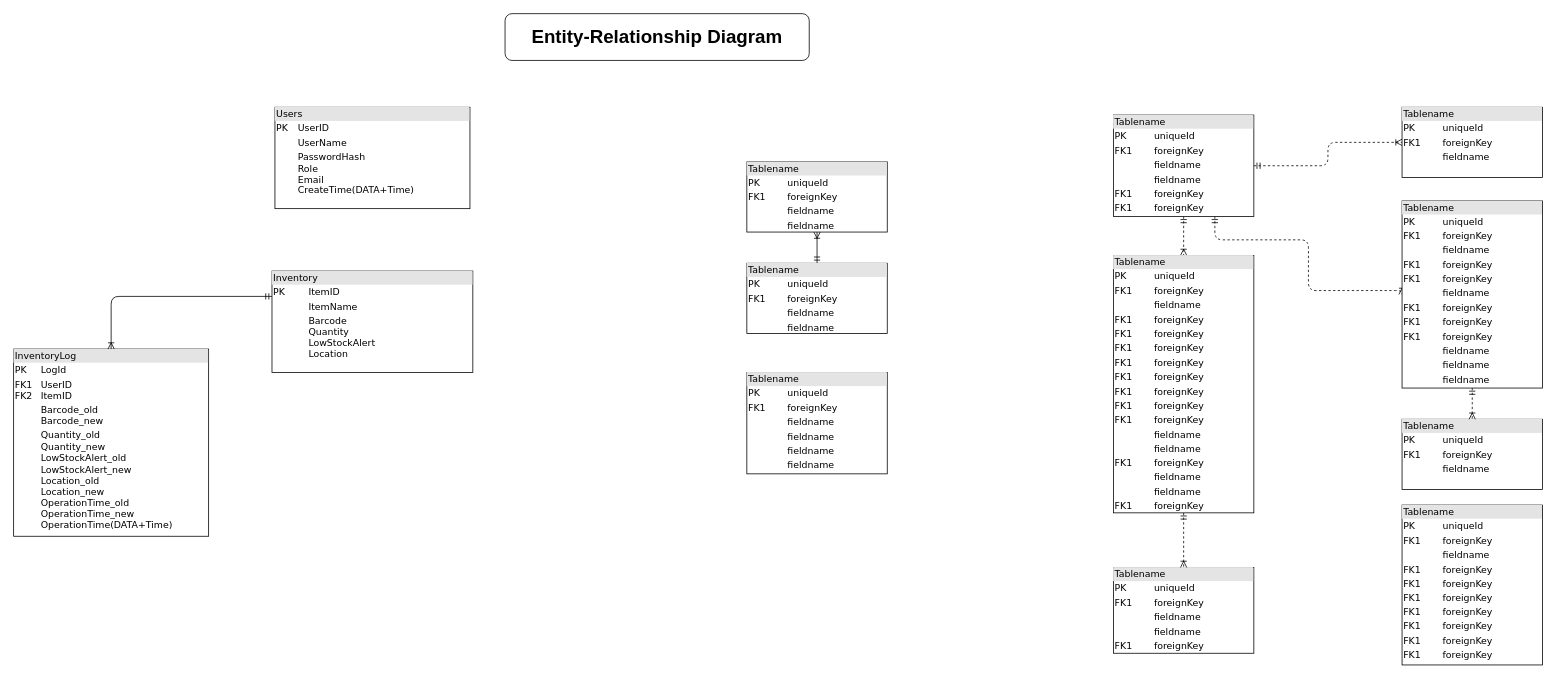
ObeeeWon/Diagrams keeps this draw.io diagram as NSCC/EDS_DB_Design.drawio. Above is the earlier version. Source tidied: cells renumbered, new cells numbered last; positions are measured from the earlier drawing's top-left corner, leaving out a move shared by most shapes. Both pictures are drawn from the tidied source at 78%, with x=0, y=0 at pixel (13, 13).
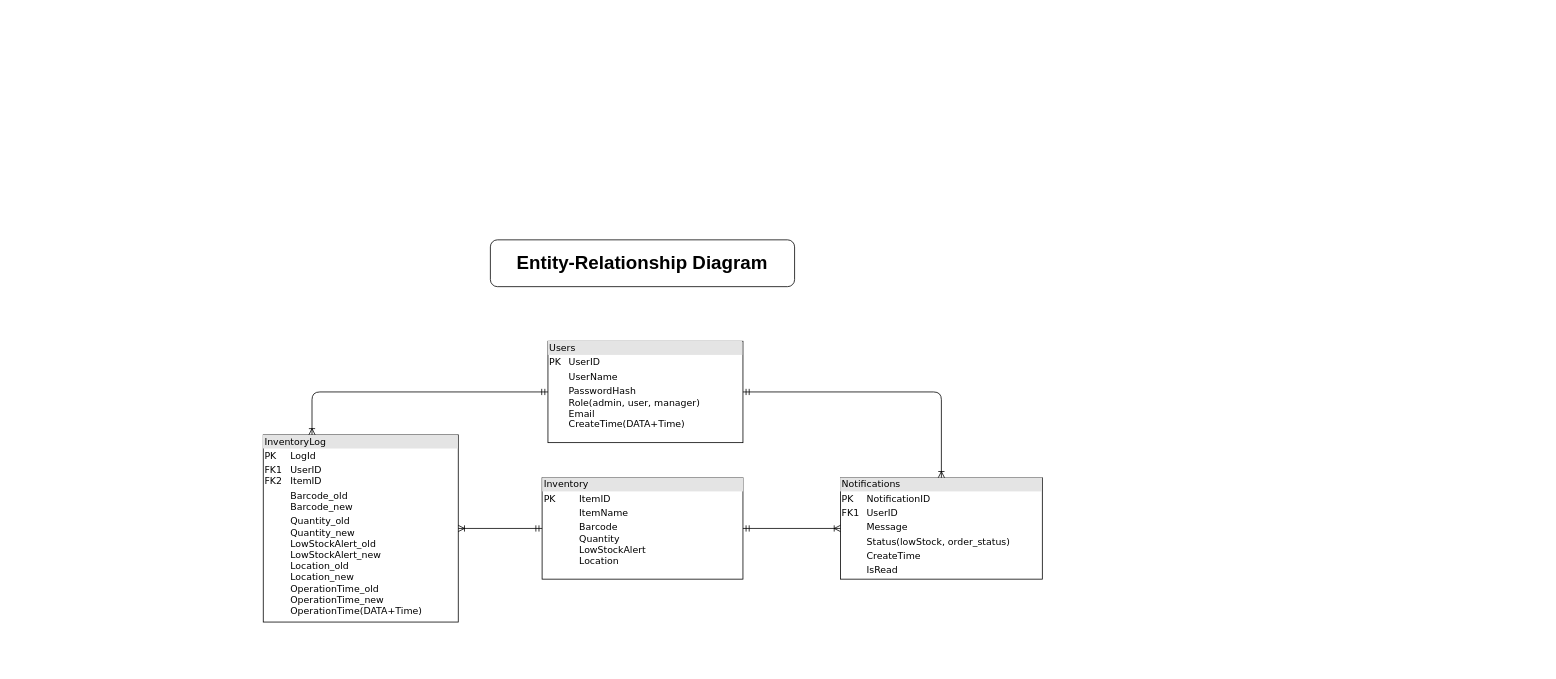
The same diagram, later.

The edit, as a diff of the source:
```diff
@@
-    <mxCell id="2" value="&lt;div style=&quot;box-sizing: border-box; width: 100%; background: rgb(228, 228, 228); padding: 2px;&quot;&gt;Users&lt;/div&gt;&lt;table style=&quot;width:100%;font-size:1em;&quot; cellpadding=&quot;2&quot; cellspacing=&quot;0&quot;&gt;&lt;tbody&gt;&lt;tr&gt;&lt;td&gt;PK&lt;/td&gt;&lt;td&gt;UserID&lt;/td&gt;&lt;/tr&gt;&lt;tr&gt;&lt;td&gt;&lt;br&gt;&lt;/td&gt;&lt;td&gt;UserName&lt;/td&gt;&lt;/tr&gt;&lt;tr&gt;&lt;td&gt;&lt;/td&gt;&lt;td&gt;PasswordHash&lt;br&gt;Role&lt;br&gt;Email&lt;br&gt;CreateTime(DATA+Time)&lt;/td&gt;&lt;/tr&gt;&lt;/tbody&gt;&lt;/table&gt;" style="verticalAlign=top;align=left;overflow=fill;html=1;rounded=0;shadow=0;comic=0;labelBackgroundColor=none;strokeWidth=1;fontFamily=Verdana;fontSize=12;" parent="1" vertex="1">
-      <mxGeometry x="335" y="120" width="250" height="130" as="geometry" />
+    <mxCell id="2" value="&lt;div style=&quot;box-sizing: border-box; width: 100%; background: rgb(228, 228, 228); padding: 2px;&quot;&gt;Users&lt;/div&gt;&lt;table style=&quot;width:100%;font-size:1em;&quot; cellpadding=&quot;2&quot; cellspacing=&quot;0&quot;&gt;&lt;tbody&gt;&lt;tr&gt;&lt;td&gt;PK&lt;/td&gt;&lt;td&gt;UserID&lt;/td&gt;&lt;/tr&gt;&lt;tr&gt;&lt;td&gt;&lt;br&gt;&lt;/td&gt;&lt;td&gt;UserName&lt;/td&gt;&lt;/tr&gt;&lt;tr&gt;&lt;td&gt;&lt;/td&gt;&lt;td&gt;PasswordHash&lt;br&gt;Role(admin, user, manager)&lt;br&gt;Email&lt;br&gt;CreateTime(DATA+Time)&lt;/td&gt;&lt;/tr&gt;&lt;/tbody&gt;&lt;/table&gt;" style="verticalAlign=top;align=left;overflow=fill;html=1;rounded=0;shadow=0;comic=0;labelBackgroundColor=none;strokeWidth=1;fontFamily=Verdana;fontSize=12;" parent="1" vertex="1">
+      <mxGeometry x="685" y="420" width="250" height="130" as="geometry" />
     </mxCell>
-    <mxCell id="3" style="edgeStyle=orthogonalEdgeStyle;html=1;entryX=0.5;entryY=0;dashed=1;labelBackgroundColor=none;startArrow=ERmandOne;endArrow=ERoneToMany;fontFamily=Verdana;fontSize=12;align=left;" parent="1" edge="1" source="6" target="14">
-      <mxGeometry relative="1" as="geometry" />
-    </mxCell>
-    <mxCell id="4" style="edgeStyle=orthogonalEdgeStyle;html=1;dashed=1;labelBackgroundColor=none;startArrow=ERmandOne;endArrow=ERoneToMany;fontFamily=Verdana;fontSize=12;align=left;entryX=0;entryY=0.5;" parent="1" edge="1" source="6" target="17">
-      <mxGeometry relative="1" as="geometry">
-        <Array as="points">
-          <mxPoint x="1540" y="290" />
-          <mxPoint x="1660" y="290" />
-          <mxPoint x="1660" y="355" />
-        </Array>
-      </mxGeometry>
-    </mxCell>
-    <mxCell id="5" style="edgeStyle=orthogonalEdgeStyle;html=1;dashed=1;labelBackgroundColor=none;startArrow=ERmandOne;endArrow=ERoneToMany;fontFamily=Verdana;fontSize=12;align=left;" parent="1" edge="1" source="6" target="18">
-      <mxGeometry relative="1" as="geometry" />
-    </mxCell>
-    <mxCell id="6" value="&lt;div style=&quot;box-sizing: border-box ; width: 100% ; background: #e4e4e4 ; padding: 2px&quot;&gt;Tablename&lt;/div&gt;&lt;table style=&quot;width: 100% ; font-size: 1em&quot; cellpadding=&quot;2&quot; cellspacing=&quot;0&quot;&gt;&lt;tbody&gt;&lt;tr&gt;&lt;td&gt;PK&lt;/td&gt;&lt;td&gt;uniqueId&lt;/td&gt;&lt;/tr&gt;&lt;tr&gt;&lt;td&gt;FK1&lt;/td&gt;&lt;td&gt;foreignKey&lt;/td&gt;&lt;/tr&gt;&lt;tr&gt;&lt;td&gt;&lt;/td&gt;&lt;td&gt;fieldname&lt;/td&gt;&lt;/tr&gt;&lt;tr&gt;&lt;td&gt;&lt;br&gt;&lt;/td&gt;&lt;td&gt;fieldname&lt;br&gt;&lt;/td&gt;&lt;/tr&gt;&lt;tr&gt;&lt;td&gt;FK1&lt;br&gt;&lt;/td&gt;&lt;td&gt;foreignKey&lt;br&gt;&lt;/td&gt;&lt;/tr&gt;&lt;tr&gt;&lt;td&gt;FK1&lt;br&gt;&lt;/td&gt;&lt;td&gt;foreignKey&lt;br&gt;&lt;/td&gt;&lt;/tr&gt;&lt;/tbody&gt;&lt;/table&gt;" style="verticalAlign=top;align=left;overflow=fill;html=1;rounded=0;shadow=0;comic=0;labelBackgroundColor=none;strokeWidth=1;fontFamily=Verdana;fontSize=12;" parent="1" vertex="1">
-      <mxGeometry x="1410" y="130" width="180" height="130" as="geometry" />
-    </mxCell>
-    <mxCell id="7" style="edgeStyle=orthogonalEdgeStyle;html=1;labelBackgroundColor=none;startArrow=ERmandOne;endArrow=ERoneToMany;fontFamily=Verdana;fontSize=12;align=left;" parent="1" edge="1" source="8" target="9">
-      <mxGeometry relative="1" as="geometry" />
-    </mxCell>
-    <mxCell id="8" value="&lt;div style=&quot;box-sizing: border-box ; width: 100% ; background: #e4e4e4 ; padding: 2px&quot;&gt;Tablename&lt;/div&gt;&lt;table style=&quot;width: 100% ; font-size: 1em&quot; cellpadding=&quot;2&quot; cellspacing=&quot;0&quot;&gt;&lt;tbody&gt;&lt;tr&gt;&lt;td&gt;PK&lt;/td&gt;&lt;td&gt;uniqueId&lt;/td&gt;&lt;/tr&gt;&lt;tr&gt;&lt;td&gt;FK1&lt;/td&gt;&lt;td&gt;foreignKey&lt;/td&gt;&lt;/tr&gt;&lt;tr&gt;&lt;td&gt;&lt;/td&gt;&lt;td&gt;fieldname&lt;/td&gt;&lt;/tr&gt;&lt;tr&gt;&lt;td&gt;&lt;br&gt;&lt;/td&gt;&lt;td&gt;fieldname&lt;br&gt;&lt;/td&gt;&lt;/tr&gt;&lt;/tbody&gt;&lt;/table&gt;" style="verticalAlign=top;align=left;overflow=fill;html=1;rounded=0;shadow=0;comic=0;labelBackgroundColor=none;strokeWidth=1;fontFamily=Verdana;fontSize=12;" parent="1" vertex="1">
-      <mxGeometry x="940" y="320" width="180" height="90" as="geometry" />
-    </mxCell>
-    <mxCell id="9" value="&lt;div style=&quot;box-sizing: border-box ; width: 100% ; background: #e4e4e4 ; padding: 2px&quot;&gt;Tablename&lt;/div&gt;&lt;table style=&quot;width: 100% ; font-size: 1em&quot; cellpadding=&quot;2&quot; cellspacing=&quot;0&quot;&gt;&lt;tbody&gt;&lt;tr&gt;&lt;td&gt;PK&lt;/td&gt;&lt;td&gt;uniqueId&lt;/td&gt;&lt;/tr&gt;&lt;tr&gt;&lt;td&gt;FK1&lt;/td&gt;&lt;td&gt;foreignKey&lt;/td&gt;&lt;/tr&gt;&lt;tr&gt;&lt;td&gt;&lt;/td&gt;&lt;td&gt;fieldname&lt;/td&gt;&lt;/tr&gt;&lt;tr&gt;&lt;td&gt;&lt;br&gt;&lt;/td&gt;&lt;td&gt;fieldname&lt;br&gt;&lt;/td&gt;&lt;/tr&gt;&lt;/tbody&gt;&lt;/table&gt;" style="verticalAlign=top;align=left;overflow=fill;html=1;rounded=0;shadow=0;comic=0;labelBackgroundColor=none;strokeWidth=1;fontFamily=Verdana;fontSize=12;" parent="1" vertex="1">
-      <mxGeometry x="940" y="190" width="180" height="90" as="geometry" />
-    </mxCell>
     <mxCell id="10" value="&lt;div style=&quot;box-sizing: border-box; width: 100%; background: rgb(228, 228, 228); padding: 2px;&quot;&gt;Inventory&lt;/div&gt;&lt;table style=&quot;width:100%;font-size:1em;&quot; cellpadding=&quot;2&quot; cellspacing=&quot;0&quot;&gt;&lt;tbody&gt;&lt;tr&gt;&lt;td&gt;PK&lt;/td&gt;&lt;td&gt;ItemID&lt;/td&gt;&lt;/tr&gt;&lt;tr&gt;&lt;td&gt;&lt;br&gt;&lt;/td&gt;&lt;td&gt;ItemName&lt;/td&gt;&lt;/tr&gt;&lt;tr&gt;&lt;td&gt;&lt;/td&gt;&lt;td&gt;Barcode&lt;br&gt;Quantity&lt;br&gt;LowStockAlert&lt;br&gt;Location&lt;br&gt;&lt;br&gt;&lt;/td&gt;&lt;/tr&gt;&lt;/tbody&gt;&lt;/table&gt;" style="verticalAlign=top;align=left;overflow=fill;html=1;rounded=0;shadow=0;comic=0;labelBackgroundColor=none;strokeWidth=1;fontFamily=Verdana;fontSize=12;" parent="1" vertex="1">
-      <mxGeometry x="331.2" y="330" width="257.5" height="130" as="geometry" />
+      <mxGeometry x="677.5" y="595" width="257.5" height="130" as="geometry" />
     </mxCell>
-    <mxCell id="11" value="&lt;div style=&quot;box-sizing: border-box ; width: 100% ; background: #e4e4e4 ; padding: 2px&quot;&gt;Tablename&lt;/div&gt;&lt;table style=&quot;width: 100% ; font-size: 1em&quot; cellpadding=&quot;2&quot; cellspacing=&quot;0&quot;&gt;&lt;tbody&gt;&lt;tr&gt;&lt;td&gt;PK&lt;/td&gt;&lt;td&gt;uniqueId&lt;/td&gt;&lt;/tr&gt;&lt;tr&gt;&lt;td&gt;FK1&lt;/td&gt;&lt;td&gt;foreignKey&lt;/td&gt;&lt;/tr&gt;&lt;tr&gt;&lt;td&gt;&lt;/td&gt;&lt;td&gt;fieldname&lt;/td&gt;&lt;/tr&gt;&lt;tr&gt;&lt;td&gt;FK1&lt;br&gt;&lt;/td&gt;&lt;td&gt;foreignKey&lt;br&gt;&lt;/td&gt;&lt;/tr&gt;&lt;tr&gt;&lt;td&gt;FK1&lt;br&gt;&lt;/td&gt;&lt;td&gt;foreignKey&lt;br&gt;&lt;/td&gt;&lt;/tr&gt;&lt;tr&gt;&lt;td&gt;FK1&lt;br&gt;&lt;/td&gt;&lt;td&gt;foreignKey&lt;br&gt;&lt;/td&gt;&lt;/tr&gt;&lt;tr&gt;&lt;td&gt;FK1&lt;br&gt;&lt;/td&gt;&lt;td&gt;foreignKey&lt;br&gt;&lt;/td&gt;&lt;/tr&gt;&lt;tr&gt;&lt;td&gt;FK1&lt;br&gt;&lt;/td&gt;&lt;td&gt;foreignKey&lt;br&gt;&lt;/td&gt;&lt;/tr&gt;&lt;tr&gt;&lt;td&gt;FK1&lt;br&gt;&lt;/td&gt;&lt;td&gt;foreignKey&lt;br&gt;&lt;/td&gt;&lt;/tr&gt;&lt;tr&gt;&lt;td&gt;FK1&lt;br&gt;&lt;/td&gt;&lt;td&gt;foreignKey&lt;br&gt;&lt;/td&gt;&lt;/tr&gt;&lt;/tbody&gt;&lt;/table&gt;" style="verticalAlign=top;align=left;overflow=fill;html=1;rounded=0;shadow=0;comic=0;labelBackgroundColor=none;strokeWidth=1;fontFamily=Verdana;fontSize=12;" parent="1" vertex="1">
-      <mxGeometry x="1780" y="630" width="180" height="205" as="geometry" />
-    </mxCell>
-    <mxCell id="12" value="&lt;div style=&quot;box-sizing: border-box ; width: 100% ; background: #e4e4e4 ; padding: 2px&quot;&gt;Tablename&lt;/div&gt;&lt;table style=&quot;width: 100% ; font-size: 1em&quot; cellpadding=&quot;2&quot; cellspacing=&quot;0&quot;&gt;&lt;tbody&gt;&lt;tr&gt;&lt;td&gt;PK&lt;/td&gt;&lt;td&gt;uniqueId&lt;/td&gt;&lt;/tr&gt;&lt;tr&gt;&lt;td&gt;FK1&lt;/td&gt;&lt;td&gt;foreignKey&lt;/td&gt;&lt;/tr&gt;&lt;tr&gt;&lt;td&gt;&lt;/td&gt;&lt;td&gt;fieldname&lt;/td&gt;&lt;/tr&gt;&lt;tr&gt;&lt;td&gt;&lt;br&gt;&lt;/td&gt;&lt;td&gt;fieldname&lt;br&gt;&lt;/td&gt;&lt;/tr&gt;&lt;tr&gt;&lt;td&gt;FK1&lt;br&gt;&lt;/td&gt;&lt;td&gt;foreignKey&lt;br&gt;&lt;/td&gt;&lt;/tr&gt;&lt;/tbody&gt;&lt;/table&gt;" style="verticalAlign=top;align=left;overflow=fill;html=1;rounded=0;shadow=0;comic=0;labelBackgroundColor=none;strokeWidth=1;fontFamily=Verdana;fontSize=12;" parent="1" vertex="1">
-      <mxGeometry x="1410" y="710" width="180" height="110" as="geometry" />
-    </mxCell>
-    <mxCell id="13" style="edgeStyle=orthogonalEdgeStyle;html=1;entryX=0.5;entryY=0;labelBackgroundColor=none;startArrow=ERmandOne;endArrow=ERoneToMany;fontFamily=Verdana;fontSize=12;align=left;dashed=1;" parent="1" edge="1" source="14" target="12">
-      <mxGeometry relative="1" as="geometry" />
-    </mxCell>
-    <mxCell id="14" value="&lt;div style=&quot;box-sizing: border-box ; width: 100% ; background: #e4e4e4 ; padding: 2px&quot;&gt;Tablename&lt;/div&gt;&lt;table style=&quot;width: 100% ; font-size: 1em&quot; cellpadding=&quot;2&quot; cellspacing=&quot;0&quot;&gt;&lt;tbody&gt;&lt;tr&gt;&lt;td&gt;PK&lt;/td&gt;&lt;td&gt;uniqueId&lt;/td&gt;&lt;/tr&gt;&lt;tr&gt;&lt;td&gt;FK1&lt;/td&gt;&lt;td&gt;foreignKey&lt;/td&gt;&lt;/tr&gt;&lt;tr&gt;&lt;td&gt;&lt;/td&gt;&lt;td&gt;fieldname&lt;/td&gt;&lt;/tr&gt;&lt;tr&gt;&lt;td&gt;FK1&lt;br&gt;&lt;/td&gt;&lt;td&gt;foreignKey&lt;br&gt;&lt;/td&gt;&lt;/tr&gt;&lt;tr&gt;&lt;td&gt;FK1&lt;br&gt;&lt;/td&gt;&lt;td&gt;foreignKey&lt;br&gt;&lt;/td&gt;&lt;/tr&gt;&lt;tr&gt;&lt;td&gt;FK1&lt;br&gt;&lt;/td&gt;&lt;td&gt;foreignKey&lt;br&gt;&lt;/td&gt;&lt;/tr&gt;&lt;tr&gt;&lt;td&gt;FK1&lt;br&gt;&lt;/td&gt;&lt;td&gt;foreignKey&lt;br&gt;&lt;/td&gt;&lt;/tr&gt;&lt;tr&gt;&lt;td&gt;FK1&lt;br&gt;&lt;/td&gt;&lt;td&gt;foreignKey&lt;br&gt;&lt;/td&gt;&lt;/tr&gt;&lt;tr&gt;&lt;td&gt;FK1&lt;br&gt;&lt;/td&gt;&lt;td&gt;foreignKey&lt;br&gt;&lt;/td&gt;&lt;/tr&gt;&lt;tr&gt;&lt;td&gt;FK1&lt;br&gt;&lt;/td&gt;&lt;td&gt;foreignKey&lt;br&gt;&lt;/td&gt;&lt;/tr&gt;&lt;tr&gt;&lt;td&gt;FK1&lt;br&gt;&lt;/td&gt;&lt;td&gt;foreignKey&lt;br&gt;&lt;/td&gt;&lt;/tr&gt;&lt;tr&gt;&lt;td&gt;&lt;br&gt;&lt;/td&gt;&lt;td&gt;fieldname&lt;br&gt;&lt;/td&gt;&lt;/tr&gt;&lt;tr&gt;&lt;td&gt;&lt;br&gt;&lt;/td&gt;&lt;td&gt;fieldname&lt;br&gt;&lt;/td&gt;&lt;/tr&gt;&lt;tr&gt;&lt;td&gt;FK1&lt;br&gt;&lt;/td&gt;&lt;td&gt;foreignKey&lt;br&gt;&lt;/td&gt;&lt;/tr&gt;&lt;tr&gt;&lt;td&gt;&lt;br&gt;&lt;/td&gt;&lt;td&gt;fieldname&lt;br&gt;&lt;/td&gt;&lt;/tr&gt;&lt;tr&gt;&lt;td&gt;&lt;br&gt;&lt;/td&gt;&lt;td&gt;fieldname&lt;br&gt;&lt;/td&gt;&lt;/tr&gt;&lt;tr&gt;&lt;td&gt;FK1&lt;br&gt;&lt;/td&gt;&lt;td&gt;foreignKey&lt;br&gt;&lt;/td&gt;&lt;/tr&gt;&lt;/tbody&gt;&lt;/table&gt;" style="verticalAlign=top;align=left;overflow=fill;html=1;rounded=0;shadow=0;comic=0;labelBackgroundColor=none;strokeWidth=1;fontFamily=Verdana;fontSize=12;" parent="1" vertex="1">
-      <mxGeometry x="1410" y="310" width="180" height="330" as="geometry" />
-    </mxCell>
-    <mxCell id="15" value="&lt;div style=&quot;box-sizing:border-box;width:100%;background:#e4e4e4;padding:2px;&quot;&gt;Tablename&lt;/div&gt;&lt;table style=&quot;width:100%;font-size:1em;&quot; cellpadding=&quot;2&quot; cellspacing=&quot;0&quot;&gt;&lt;tr&gt;&lt;td&gt;PK&lt;/td&gt;&lt;td&gt;uniqueId&lt;/td&gt;&lt;/tr&gt;&lt;tr&gt;&lt;td&gt;FK1&lt;/td&gt;&lt;td&gt;foreignKey&lt;/td&gt;&lt;/tr&gt;&lt;tr&gt;&lt;td&gt;&lt;/td&gt;&lt;td&gt;fieldname&lt;/td&gt;&lt;/tr&gt;&lt;/table&gt;" style="verticalAlign=top;align=left;overflow=fill;html=1;rounded=0;shadow=0;comic=0;labelBackgroundColor=none;strokeWidth=1;fontFamily=Verdana;fontSize=12;" parent="1" vertex="1">
-      <mxGeometry x="1780" y="520" width="180" height="90" as="geometry" />
-    </mxCell>
-    <mxCell id="16" style="edgeStyle=orthogonalEdgeStyle;html=1;entryX=0.5;entryY=0;dashed=1;labelBackgroundColor=none;startArrow=ERmandOne;endArrow=ERoneToMany;fontFamily=Verdana;fontSize=12;align=left;" parent="1" edge="1" source="17" target="15">
-      <mxGeometry relative="1" as="geometry" />
-    </mxCell>
-    <mxCell id="17" value="&lt;div style=&quot;box-sizing: border-box ; width: 100% ; background: #e4e4e4 ; padding: 2px&quot;&gt;Tablename&lt;/div&gt;&lt;table style=&quot;width: 100% ; font-size: 1em&quot; cellpadding=&quot;2&quot; cellspacing=&quot;0&quot;&gt;&lt;tbody&gt;&lt;tr&gt;&lt;td&gt;PK&lt;/td&gt;&lt;td&gt;uniqueId&lt;/td&gt;&lt;/tr&gt;&lt;tr&gt;&lt;td&gt;FK1&lt;/td&gt;&lt;td&gt;foreignKey&lt;/td&gt;&lt;/tr&gt;&lt;tr&gt;&lt;td&gt;&lt;/td&gt;&lt;td&gt;fieldname&lt;/td&gt;&lt;/tr&gt;&lt;tr&gt;&lt;td&gt;FK1&lt;br&gt;&lt;/td&gt;&lt;td&gt;foreignKey&lt;br&gt;&lt;/td&gt;&lt;/tr&gt;&lt;tr&gt;&lt;td&gt;FK1&lt;br&gt;&lt;/td&gt;&lt;td&gt;foreignKey&lt;br&gt;&lt;/td&gt;&lt;/tr&gt;&lt;tr&gt;&lt;td&gt;&lt;br&gt;&lt;/td&gt;&lt;td&gt;fieldname&lt;br&gt;&lt;/td&gt;&lt;/tr&gt;&lt;tr&gt;&lt;td&gt;FK1&lt;br&gt;&lt;/td&gt;&lt;td&gt;foreignKey&lt;br&gt;&lt;/td&gt;&lt;/tr&gt;&lt;tr&gt;&lt;td&gt;FK1&lt;br&gt;&lt;/td&gt;&lt;td&gt;foreignKey&lt;br&gt;&lt;/td&gt;&lt;/tr&gt;&lt;tr&gt;&lt;td&gt;FK1&lt;br&gt;&lt;/td&gt;&lt;td&gt;foreignKey&lt;br&gt;&lt;/td&gt;&lt;/tr&gt;&lt;tr&gt;&lt;td&gt;&lt;br&gt;&lt;/td&gt;&lt;td&gt;fieldname&lt;br&gt;&lt;/td&gt;&lt;/tr&gt;&lt;tr&gt;&lt;td&gt;&lt;br&gt;&lt;/td&gt;&lt;td&gt;fieldname&lt;br&gt;&lt;/td&gt;&lt;/tr&gt;&lt;tr&gt;&lt;td&gt;&lt;br&gt;&lt;/td&gt;&lt;td&gt;fieldname&lt;br&gt;&lt;/td&gt;&lt;/tr&gt;&lt;/tbody&gt;&lt;/table&gt;" style="verticalAlign=top;align=left;overflow=fill;html=1;rounded=0;shadow=0;comic=0;labelBackgroundColor=none;strokeWidth=1;fontFamily=Verdana;fontSize=12;" parent="1" vertex="1">
-      <mxGeometry x="1780" y="240" width="180" height="240" as="geometry" />
-    </mxCell>
-    <mxCell id="18" value="&lt;div style=&quot;box-sizing:border-box;width:100%;background:#e4e4e4;padding:2px;&quot;&gt;Tablename&lt;/div&gt;&lt;table style=&quot;width:100%;font-size:1em;&quot; cellpadding=&quot;2&quot; cellspacing=&quot;0&quot;&gt;&lt;tr&gt;&lt;td&gt;PK&lt;/td&gt;&lt;td&gt;uniqueId&lt;/td&gt;&lt;/tr&gt;&lt;tr&gt;&lt;td&gt;FK1&lt;/td&gt;&lt;td&gt;foreignKey&lt;/td&gt;&lt;/tr&gt;&lt;tr&gt;&lt;td&gt;&lt;/td&gt;&lt;td&gt;fieldname&lt;/td&gt;&lt;/tr&gt;&lt;/table&gt;" style="verticalAlign=top;align=left;overflow=fill;html=1;rounded=0;shadow=0;comic=0;labelBackgroundColor=none;strokeWidth=1;fontFamily=Verdana;fontSize=12;" parent="1" vertex="1">
-      <mxGeometry x="1780" y="120" width="180" height="90" as="geometry" />
-    </mxCell>
-    <mxCell id="19" value="&lt;div style=&quot;box-sizing: border-box ; width: 100% ; background: #e4e4e4 ; padding: 2px&quot;&gt;Tablename&lt;/div&gt;&lt;table style=&quot;width: 100% ; font-size: 1em&quot; cellpadding=&quot;2&quot; cellspacing=&quot;0&quot;&gt;&lt;tbody&gt;&lt;tr&gt;&lt;td&gt;PK&lt;/td&gt;&lt;td&gt;uniqueId&lt;/td&gt;&lt;/tr&gt;&lt;tr&gt;&lt;td&gt;FK1&lt;/td&gt;&lt;td&gt;foreignKey&lt;/td&gt;&lt;/tr&gt;&lt;tr&gt;&lt;td&gt;&lt;/td&gt;&lt;td&gt;fieldname&lt;/td&gt;&lt;/tr&gt;&lt;tr&gt;&lt;td&gt;&lt;br&gt;&lt;/td&gt;&lt;td&gt;fieldname&lt;br&gt;&lt;/td&gt;&lt;/tr&gt;&lt;tr&gt;&lt;td&gt;&lt;br&gt;&lt;/td&gt;&lt;td&gt;fieldname&lt;br&gt;&lt;/td&gt;&lt;/tr&gt;&lt;tr&gt;&lt;td&gt;&lt;br&gt;&lt;/td&gt;&lt;td&gt;fieldname&lt;br&gt;&lt;/td&gt;&lt;/tr&gt;&lt;/tbody&gt;&lt;/table&gt;" style="verticalAlign=top;align=left;overflow=fill;html=1;rounded=0;shadow=0;comic=0;labelBackgroundColor=none;strokeWidth=1;fontFamily=Verdana;fontSize=12;" parent="1" vertex="1">
-      <mxGeometry x="940" y="460" width="180" height="130" as="geometry" />
-    </mxCell>
     <mxCell id="20" value="&lt;font style=&quot;font-size: 24px;&quot;&gt;&lt;b&gt;Entity-Relationship Diagram&lt;/b&gt;&lt;/font&gt;" style="rounded=1;whiteSpace=wrap;html=1;" parent="1" vertex="1">
-      <mxGeometry x="630" width="390" height="60" as="geometry" />
+      <mxGeometry x="611.2" y="290" width="390" height="60" as="geometry" />
     </mxCell>
     <mxCell id="21" value="&lt;div style=&quot;box-sizing: border-box; width: 100%; background: rgb(228, 228, 228); padding: 2px;&quot;&gt;InventoryLog&lt;/div&gt;&lt;table style=&quot;width: 100% ; font-size: 1em&quot; cellpadding=&quot;2&quot; cellspacing=&quot;0&quot;&gt;&lt;tbody&gt;&lt;tr&gt;&lt;td&gt;PK&lt;/td&gt;&lt;td&gt;LogId&lt;/td&gt;&lt;/tr&gt;&lt;tr&gt;&lt;td&gt;FK1&lt;br&gt;FK2&lt;/td&gt;&lt;td&gt;UserID&lt;br&gt;ItemID&lt;br&gt;&lt;/td&gt;&lt;/tr&gt;&lt;tr&gt;&lt;td&gt;&lt;/td&gt;&lt;td&gt;Barcode_old&lt;br&gt;Barcode_new&lt;/td&gt;&lt;/tr&gt;&lt;tr&gt;&lt;td&gt;&lt;br&gt;&lt;/td&gt;&lt;td&gt;Quantity_old&lt;br&gt;Quantity_new&lt;br&gt;LowStockAlert_old&lt;br&gt;LowStockAlert_new&lt;br&gt;Location_old&lt;br&gt;Location_new&lt;br&gt;OperationTime_old&lt;br&gt;OperationTime_new&lt;br&gt;OperationTime(DATA+Time)&lt;/td&gt;&lt;/tr&gt;&lt;/tbody&gt;&lt;/table&gt;" style="verticalAlign=top;align=left;overflow=fill;html=1;rounded=0;shadow=0;comic=0;labelBackgroundColor=none;strokeWidth=1;fontFamily=Verdana;fontSize=12;" parent="1" vertex="1">
-      <mxGeometry y="430" width="250" height="240" as="geometry" />
+      <mxGeometry x="320" y="540" width="250" height="240" as="geometry" />
     </mxCell>
-    <mxCell id="22" style="edgeStyle=orthogonalEdgeStyle;html=1;labelBackgroundColor=none;startArrow=ERmandOne;endArrow=ERoneToMany;fontFamily=Verdana;fontSize=12;align=left;entryX=0.5;entryY=0;entryDx=0;entryDy=0;exitX=0;exitY=0.25;exitDx=0;exitDy=0;" parent="1" edge="1" source="10" target="21">
+    <mxCell id="22" style="edgeStyle=orthogonalEdgeStyle;html=1;labelBackgroundColor=none;startArrow=ERmandOne;endArrow=ERoneToMany;fontFamily=Verdana;fontSize=12;align=left;entryX=1;entryY=0.5;entryDx=0;entryDy=0;exitX=0;exitY=0.5;exitDx=0;exitDy=0;" parent="1" edge="1" source="10" target="21">
       <mxGeometry relative="1" as="geometry" />
     </mxCell>
+    <mxCell id="23" value="&lt;div style=&quot;box-sizing: border-box; width: 100%; background: rgb(228, 228, 228); padding: 2px;&quot;&gt;Notifications&lt;/div&gt;&lt;table style=&quot;width: 100% ; font-size: 1em&quot; cellpadding=&quot;2&quot; cellspacing=&quot;0&quot;&gt;&lt;tbody&gt;&lt;tr&gt;&lt;td&gt;PK&lt;/td&gt;&lt;td&gt;NotificationID&lt;/td&gt;&lt;/tr&gt;&lt;tr&gt;&lt;td&gt;FK1&lt;/td&gt;&lt;td&gt;UserID&lt;/td&gt;&lt;/tr&gt;&lt;tr&gt;&lt;td&gt;&lt;/td&gt;&lt;td&gt;Message&lt;/td&gt;&lt;/tr&gt;&lt;tr&gt;&lt;td&gt;&lt;br&gt;&lt;/td&gt;&lt;td&gt;Status(lowStock, order_status)&lt;br&gt;&lt;/td&gt;&lt;/tr&gt;&lt;tr&gt;&lt;td&gt;&lt;br&gt;&lt;/td&gt;&lt;td&gt;CreateTime&lt;br&gt;&lt;/td&gt;&lt;/tr&gt;&lt;tr&gt;&lt;td&gt;&lt;br&gt;&lt;/td&gt;&lt;td&gt;IsRead&lt;br&gt;&lt;/td&gt;&lt;/tr&gt;&lt;/tbody&gt;&lt;/table&gt;" style="verticalAlign=top;align=left;overflow=fill;html=1;rounded=0;shadow=0;comic=0;labelBackgroundColor=none;strokeWidth=1;fontFamily=Verdana;fontSize=12;" parent="1" vertex="1">
+      <mxGeometry x="1060" y="595" width="258.8" height="130" as="geometry" />
+    </mxCell>
+    <mxCell id="24" style="edgeStyle=orthogonalEdgeStyle;html=1;labelBackgroundColor=none;startArrow=ERmandOne;endArrow=ERoneToMany;fontFamily=Verdana;fontSize=12;align=left;entryX=0.25;entryY=0;entryDx=0;entryDy=0;exitX=0;exitY=0.5;exitDx=0;exitDy=0;" parent="1" edge="1" source="2" target="21">
+      <mxGeometry relative="1" as="geometry" />
+    </mxCell>
+    <mxCell id="25" style="edgeStyle=orthogonalEdgeStyle;html=1;labelBackgroundColor=none;startArrow=ERmandOne;endArrow=ERoneToMany;fontFamily=Verdana;fontSize=12;align=left;exitX=1;exitY=0.5;exitDx=0;exitDy=0;entryX=0;entryY=0.5;entryDx=0;entryDy=0;" parent="1" edge="1" source="10" target="23">
+      <mxGeometry relative="1" as="geometry" />
+    </mxCell>
+    <mxCell id="26" style="edgeStyle=orthogonalEdgeStyle;html=1;labelBackgroundColor=none;startArrow=ERmandOne;endArrow=ERoneToMany;fontFamily=Verdana;fontSize=12;align=left;exitX=1;exitY=0.5;exitDx=0;exitDy=0;entryX=0.5;entryY=0;entryDx=0;entryDy=0;" parent="1" edge="1" source="2" target="23">
+      <mxGeometry relative="1" as="geometry">
+        <Array as="points">
+          <mxPoint x="1189" y="485" />
+        </Array>
+      </mxGeometry>
+    </mxCell>
```
